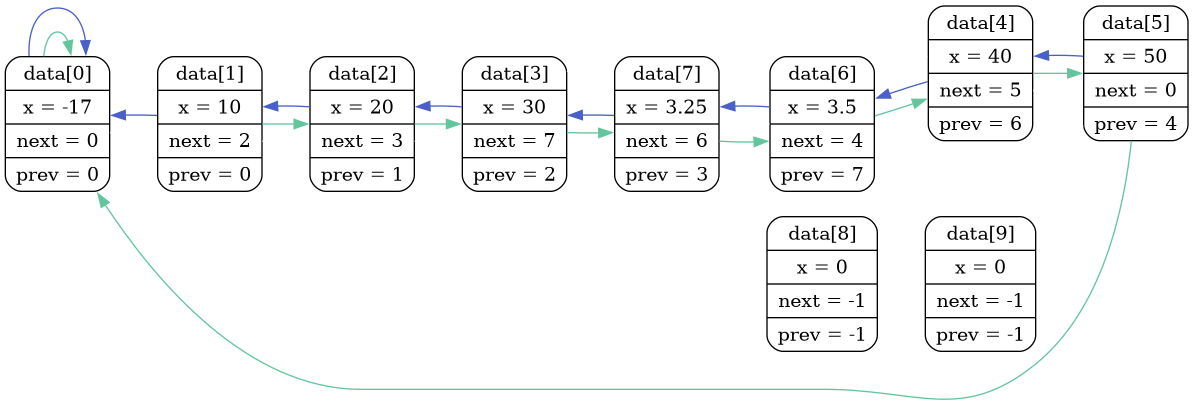
Earlier version of the Graphviz export ListDump.png (brknmoral/My_List). Its source is kept beside it as ListDump.dot. Its diagram source:
```dot
digraph structs {
    rankdir=LR;
Elem0 [shape=Mrecord,label="data[0] | x = -17 | next = 0 | prev = 0}" ]
Elem1 [shape=Mrecord,label="data[1] | x = 10 | next = 2 | prev = 0}" ]
Elem2 [shape=Mrecord,label="data[2] | x = 20 | next = 3 | prev = 1}" ]
Elem3 [shape=Mrecord,label="data[3] | x = 30 | next = 7 | prev = 2}" ]
Elem4 [shape=Mrecord,label="data[4] | x = 40 | next = 5 | prev = 6}" ]
Elem5 [shape=Mrecord,label="data[5] | x = 50 | next = 0 | prev = 4}" ]
Elem6 [shape=Mrecord,label="data[6] | x = 3.5 | next = 4 | prev = 7}" ]
Elem7 [shape=Mrecord,label="data[7] | x = 3.25 | next = 6 | prev = 3}" ]
Elem8 [shape=Mrecord,label="data[8] | x = 0 | next = -1 | prev = -1}" ]
Elem9 [shape=Mrecord,label="data[9] | x = 0 | next = -1 | prev = -1}" ]

Elem0 ->Elem1
[color=white]
Elem1 ->Elem2
[color=white]
Elem2 ->Elem3
[color=white]
Elem3 ->Elem4
[color=white]
Elem4 ->Elem5
[color=white]
Elem5 ->Elem6
[color=white]
Elem6 ->Elem7
[color=white]
Elem7 ->Elem8
[color=white]
Elem8 ->Elem9
[color=white]
Elem0 ->Elem0
[color="#63c59e"]
Elem0 ->Elem0
[color="#4960c8"]
Elem1 ->Elem2
[color="#63c59e"]
Elem1 ->Elem0
[color="#4960c8"]
Elem2 ->Elem3
[color="#63c59e"]
Elem2 ->Elem1
[color="#4960c8"]
Elem3 ->Elem7
[color="#63c59e"]
Elem3 ->Elem2
[color="#4960c8"]
Elem4 ->Elem5
[color="#63c59e"]
Elem4 ->Elem6
[color="#4960c8"]
Elem5 ->Elem0
[color="#63c59e"]
Elem5 ->Elem4
[color="#4960c8"]
Elem6 ->Elem4
[color="#63c59e"]
Elem6 ->Elem7
[color="#4960c8"]
Elem7 ->Elem6
[color="#63c59e"]
Elem7 ->Elem3
[color="#4960c8"]
}
```
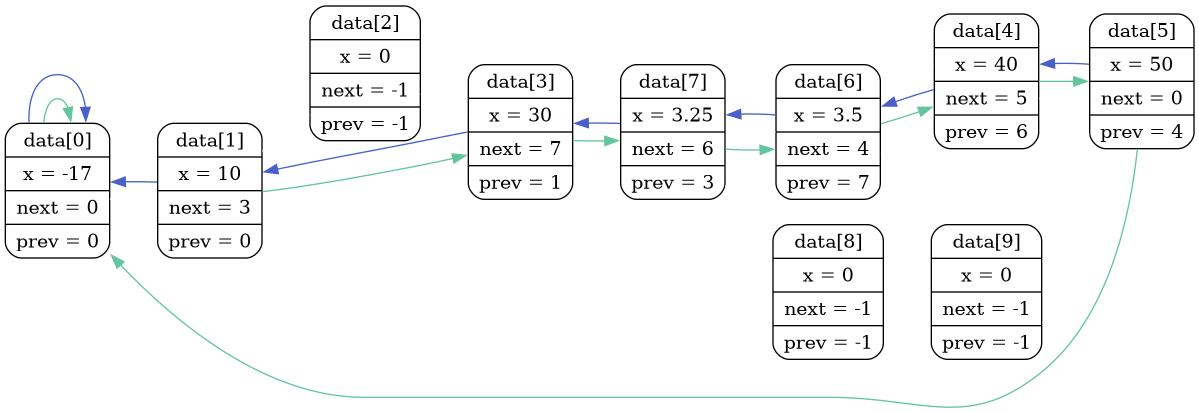
After the change.

Commit message:
all: New func -add List verificator -add Del-Elem -add List Init -make head structure(without using)

The edit, as a diff of the source:
```diff
@@ -1,9 +1,9 @@
 digraph structs {
     rankdir=LR;
 Elem0 [shape=Mrecord,label="data[0] | x = -17 | next = 0 | prev = 0}" ]
-Elem1 [shape=Mrecord,label="data[1] | x = 10 | next = 2 | prev = 0}" ]
-Elem2 [shape=Mrecord,label="data[2] | x = 20 | next = 3 | prev = 1}" ]
-Elem3 [shape=Mrecord,label="data[3] | x = 30 | next = 7 | prev = 2}" ]
+Elem1 [shape=Mrecord,label="data[1] | x = 10 | next = 3 | prev = 0}" ]
+Elem2 [shape=Mrecord,label="data[2] | x = 0 | next = -1 | prev = -1}" ]
+Elem3 [shape=Mrecord,label="data[3] | x = 30 | next = 7 | prev = 1}" ]
 Elem4 [shape=Mrecord,label="data[4] | x = 40 | next = 5 | prev = 6}" ]
 Elem5 [shape=Mrecord,label="data[5] | x = 50 | next = 0 | prev = 4}" ]
 Elem6 [shape=Mrecord,label="data[6] | x = 3.5 | next = 4 | prev = 7}" ]
@@ -33,17 +33,13 @@
 [color="#63c59e"]
 Elem0 ->Elem0
 [color="#4960c8"]
-Elem1 ->Elem2
+Elem1 ->Elem3
 [color="#63c59e"]
 Elem1 ->Elem0
 [color="#4960c8"]
-Elem2 ->Elem3
-[color="#63c59e"]
-Elem2 ->Elem1
-[color="#4960c8"]
 Elem3 ->Elem7
 [color="#63c59e"]
-Elem3 ->Elem2
+Elem3 ->Elem1
 [color="#4960c8"]
 Elem4 ->Elem5
 [color="#63c59e"]
```
